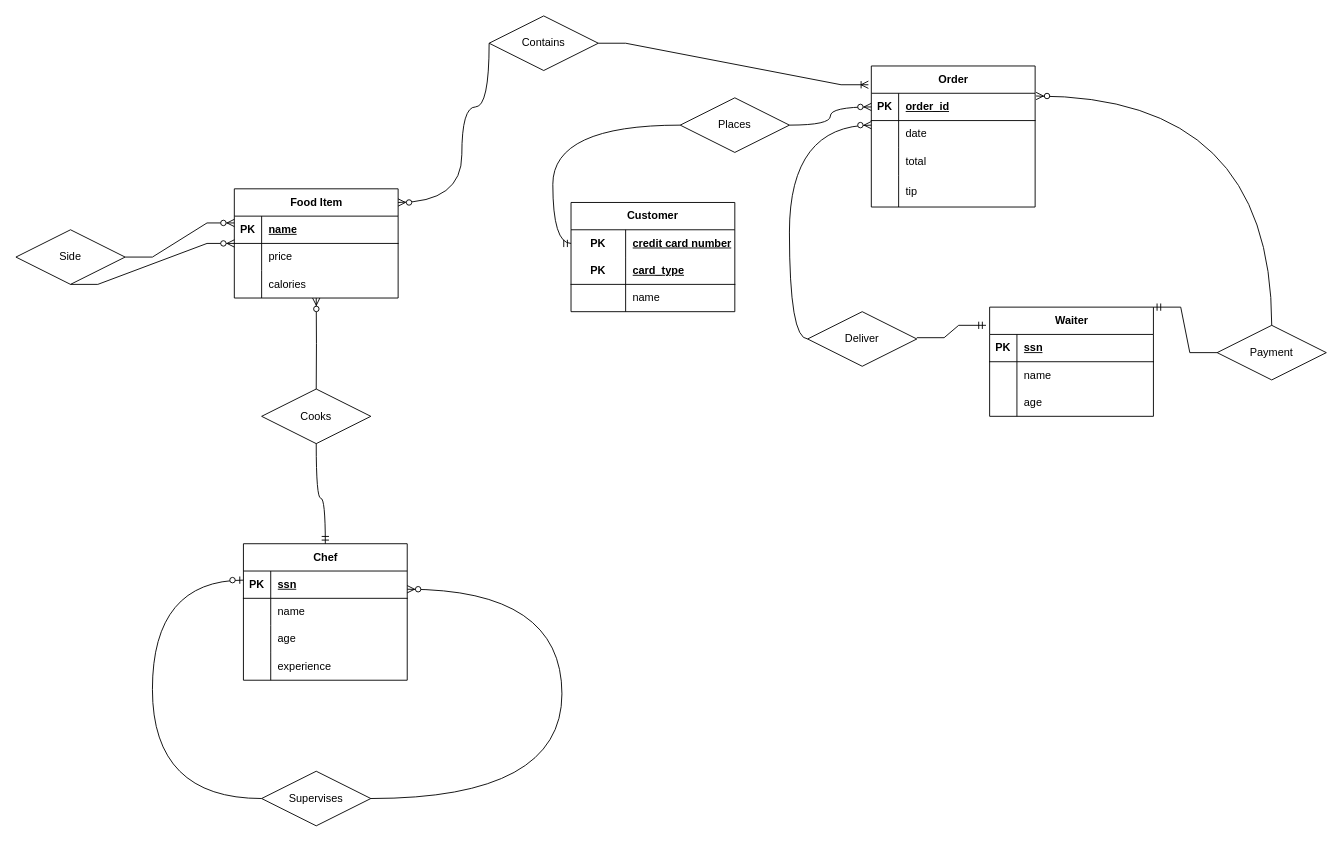
Above: page "Page-1" (1 of 6) of Untitled Diagram.drawio in devanshkhandelwal/cs348 (draw.io), before the change. Source tidied: cells renumbered, new cells numbered last; positions are measured from the earlier drawing's top-left corner, leaving out a move shared by most shapes. Both pictures are drawn from the tidied source at 91%, with x=0, y=0 at pixel (15, 15).
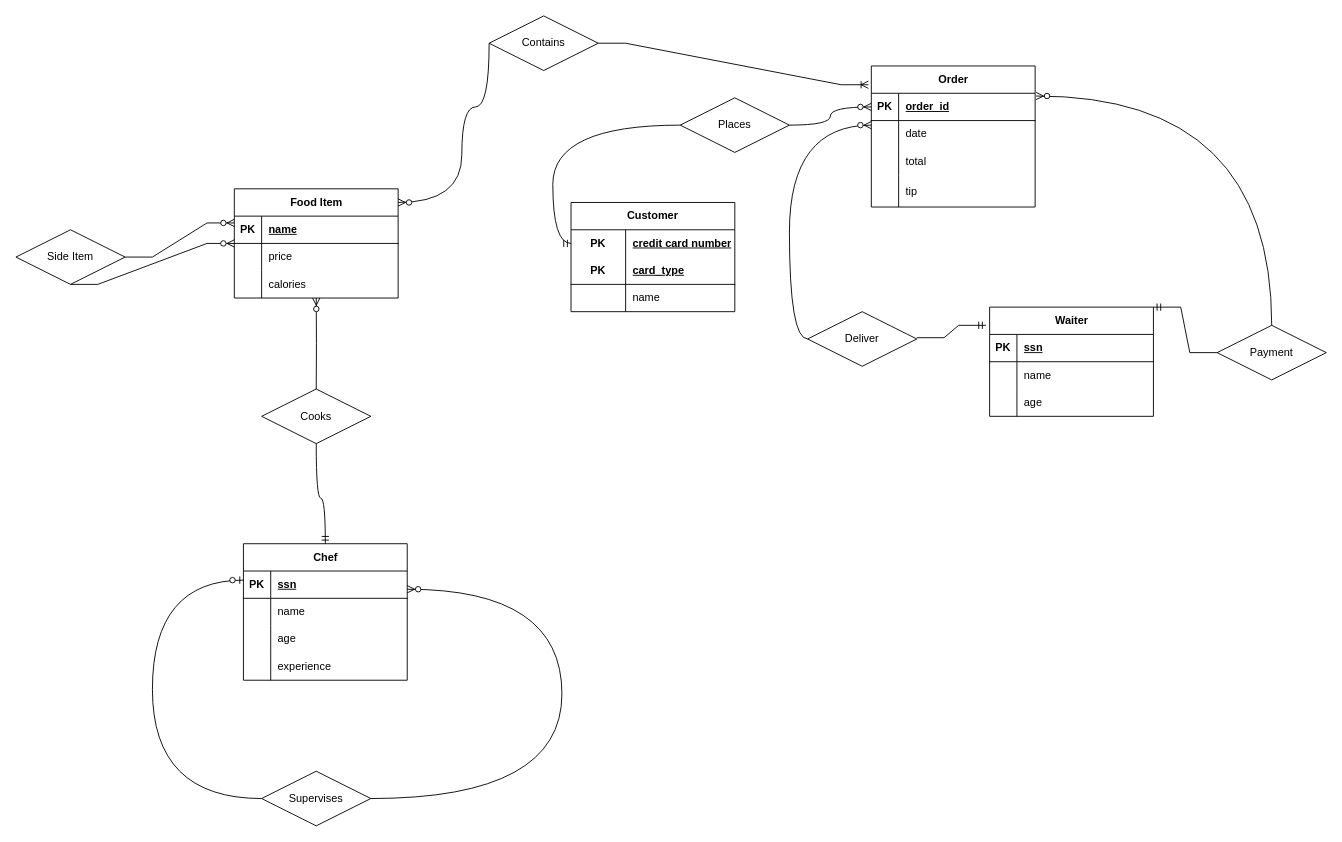
After the change.

Change to the diagram source:
```diff
@@
-    <mxCell id="48" value="Side" style="shape=rhombus;perimeter=rhombusPerimeter;whiteSpace=wrap;html=1;align=center;" parent="1" vertex="1">
+    <mxCell id="48" value="Side Item" style="shape=rhombus;perimeter=rhombusPerimeter;whiteSpace=wrap;html=1;align=center;" parent="1" vertex="1">
       <mxGeometry y="235" width="120" height="60" as="geometry" />
     </mxCell>
```
